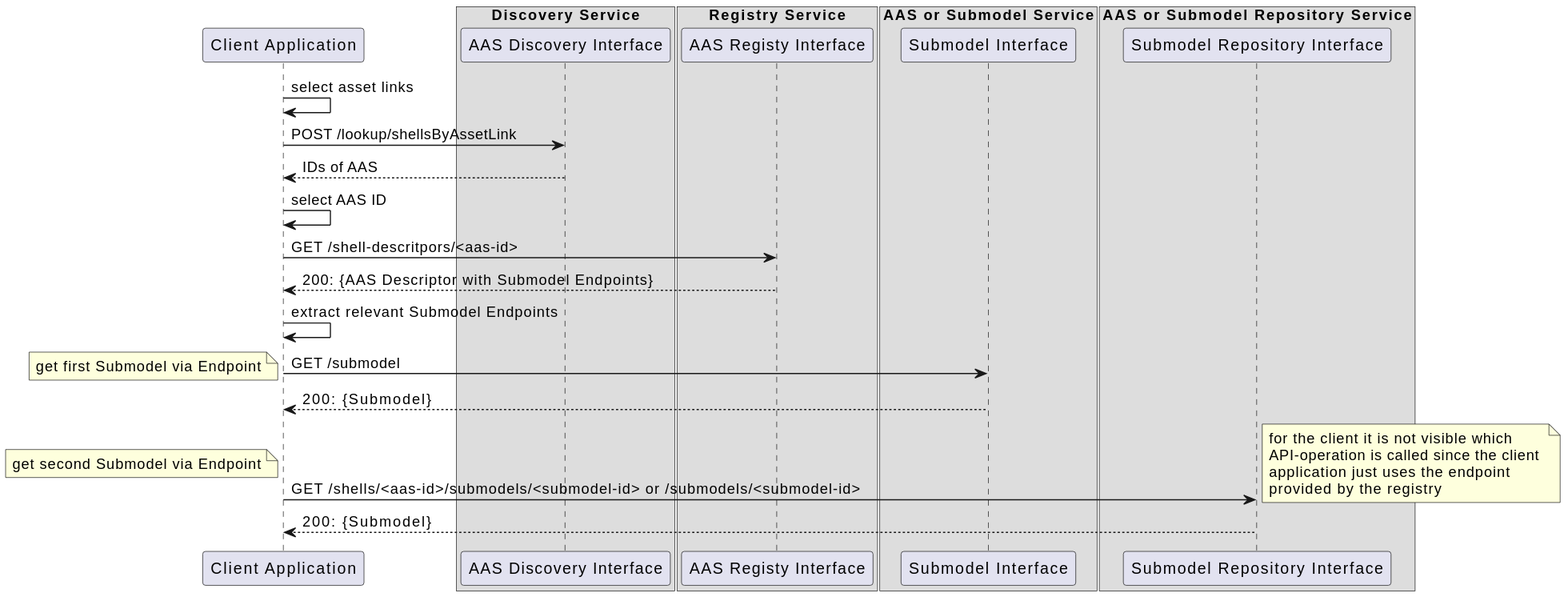
Above: documentation/IDTA-01002-3/modules/ROOT/images/SequenceDiagram_1_http.svg in admin-shell-io/aas-specs-api (PlantUML), before the change. The source it was exported from:
```plantuml
@startuml
participant Client as "Client Application"


box "Discovery Service"
  participant AASDiscovery as "AAS Discovery Interface"
end box

box "Registry Service"
   participant AASRegistry as "AAS Registy Interface"
end box

box "AAS or Submodel Service"
  participant iSM as "Submodel Interface"
end box

box "AAS or Submodel Repository Service"
  participant SMRepo as "Submodel Repository Interface"
end box

Client -> Client : select asset links

Client -> AASDiscovery: POST /lookup/shellsByAssetLink
Client <-- AASDiscovery : IDs of AAS
Client -> Client : select AAS ID


Client -> AASRegistry : GET /shell-descritpors/<aas-id>
Client <-- AASRegistry : 200: {AAS Descriptor with Submodel Endpoints}
Client -> Client : extract relevant Submodel Endpoints


Client -> iSM : GET /submodel
note left
get first Submodel via Endpoint
end note
Client <-- iSM : 200: {Submodel}

Client -> SMRepo: GET /shells/<aas-id>/submodels/<submodel-id> or /submodels/<submodel-id>
note left
get second Submodel via Endpoint
end note
note right
for the client it is not visible which
API-operation is called since the client
application just uses the endpoint
provided by the registry
end note
Client <-- SMRepo : 200: {Submodel}
@enduml
```
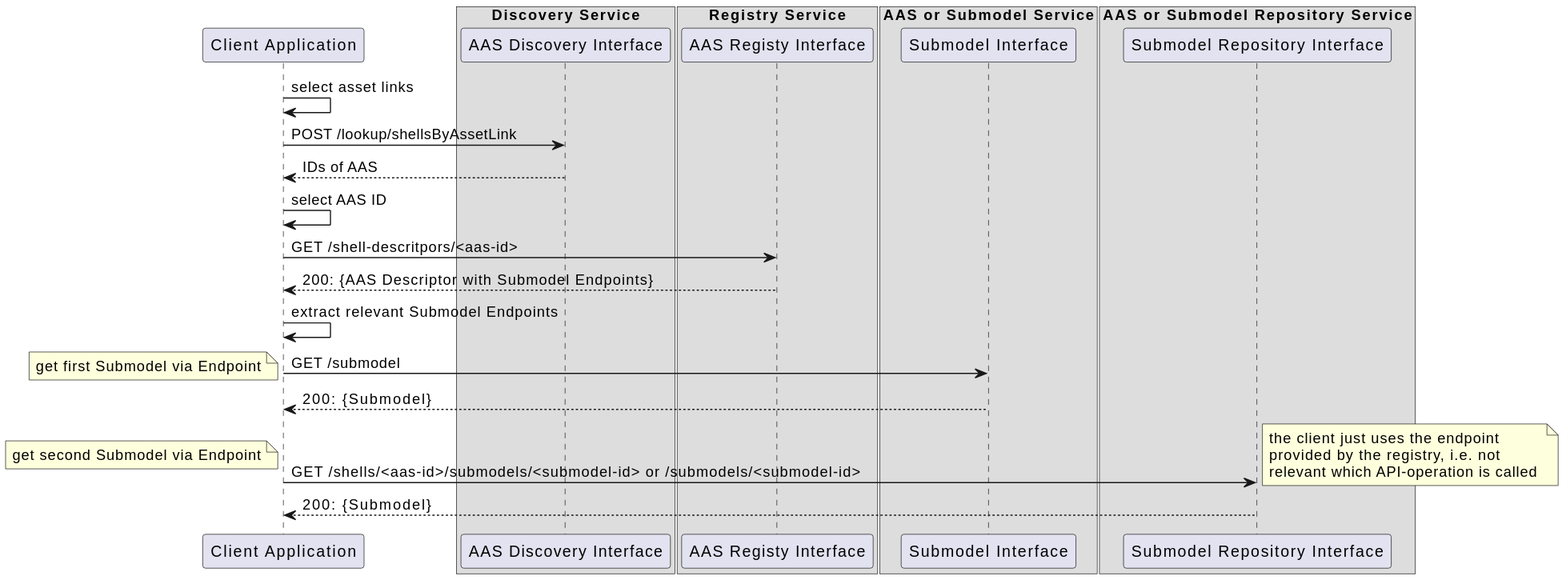
After the commit.

Commit message:
resolve comment from PR https://github.com/admin-shell-io/aas-specs-api/pull/226

Diff of the diagram source:
```diff
@@ -41,10 +41,9 @@
 get second Submodel via Endpoint
 end note
 note right
-for the client it is not visible which
-API-operation is called since the client
-application just uses the endpoint
-provided by the registry
+the client just uses the endpoint
+provided by the registry, i.e. not
+relevant which API-operation is called
 end note
 Client <-- SMRepo : 200: {Submodel}
 @enduml
```
